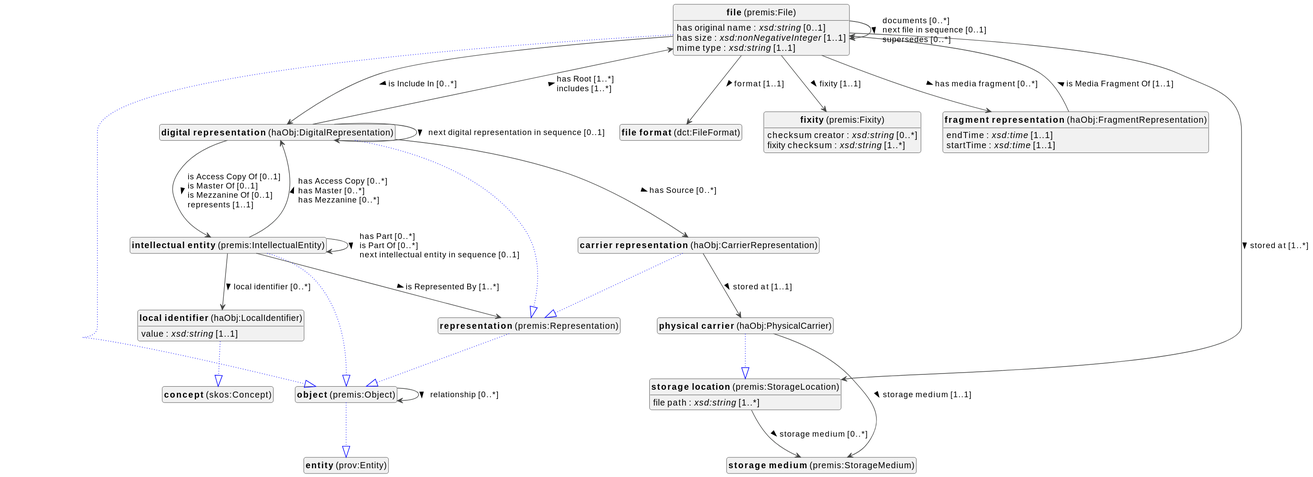
viaacode/documentation-jekyll keeps this PlantUML diagram as docs/metadata/knowledge-graph/0.0.1/objects/en/objects-diagram.svg. Above is the earlier version.
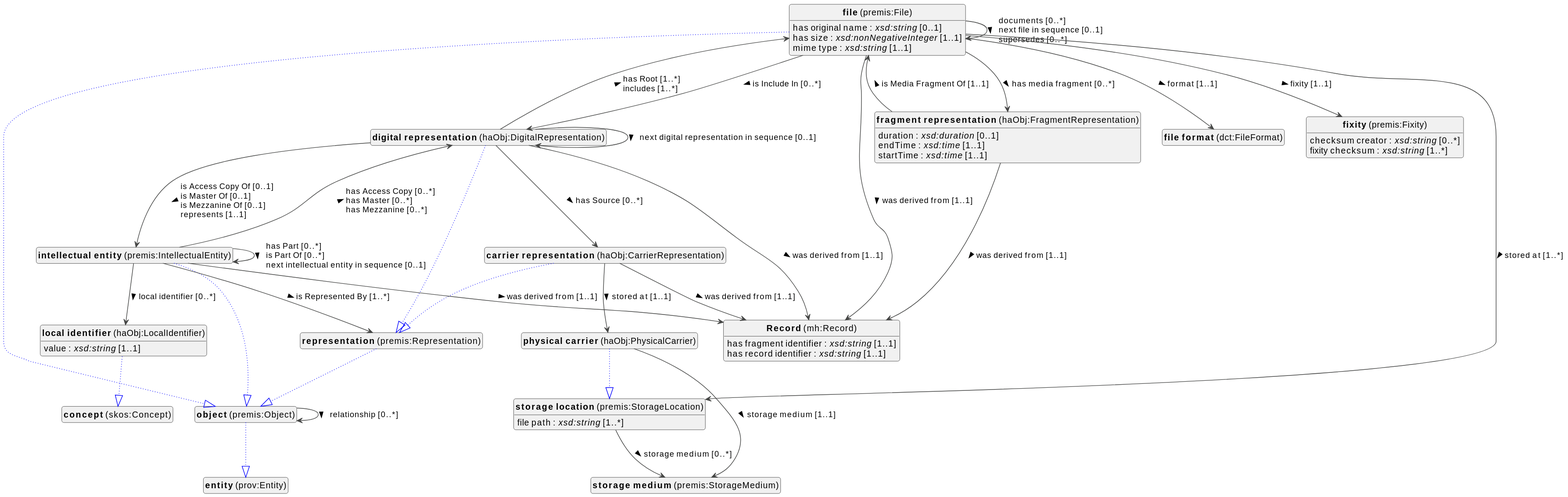
The same diagram one commit later.

What changed in the source:
```diff
@@ -10,6 +10,7 @@
 top to bottom direction
 
 
+class "<b>Record</b> (mh:Record)" as mh_Record [[#mh%3ARecord]]
 class "<b>carrier representation</b> (haObj:CarrierRepresentation)" as haObj_CarrierRepresentation [[#haObj%3ACarrierRepresentation]]
 class "<b>representation</b> (premis:Representation)" as premis_Representation [[#premis%3ARepresentation]]
 class "<b>digital representation</b> (haObj:DigitalRepresentation)" as haObj_DigitalRepresentation [[#haObj%3ADigitalRepresentation]]
@@ -32,14 +33,21 @@
 class "<b>storage location</b> (premis:StorageLocation)" as premis_StorageLocation [[#premis%3AStorageLocation]]
 class "<b>storage medium</b> (premis:StorageMedium)" as premis_StorageMedium [[#premis%3AStorageMedium]]
 
+
+mh_Record : has fragment identifier : <i>xsd:string</i> [1..1]
+mh_Record : has record identifier : <i>xsd:string</i> [1..1]
+
+
 haObj_CarrierRepresentation --|> premis_Representation #blue;line.dotted;text:blue
 
 haObj_CarrierRepresentation --> haObj_PhysicalCarrier :stored at [1..1]  >
+haObj_CarrierRepresentation --> mh_Record :was derived from [1..1]  >
 
 haObj_DigitalRepresentation --|> premis_Representation #blue;line.dotted;text:blue
 
 haObj_DigitalRepresentation --> haObj_CarrierRepresentation :has Source [0..*]  >
 haObj_DigitalRepresentation --> haObj_DigitalRepresentation :next digital representation in sequence [0..1]  >
+haObj_DigitalRepresentation --> mh_Record :was derived from [1..1]  >
 haObj_DigitalRepresentation --> premis_File :has Root [1..*]  \lincludes [1..*]  >
 haObj_DigitalRepresentation --> premis_IntellectualEntity :is Access Copy Of [0..1]  \lis Master Of [0..1]  \lis Mezzanine Of [0..1]  \lrepresents [1..1]  >
 
@@ -51,6 +59,7 @@
 premis_File --> dct_FileFormat :format [1..1]  >
 premis_File --> haObj_DigitalRepresentation :is Include In [0..*]  >
 premis_File --> haObj_FragmentRepresentation :has media fragment [0..*]  >
+premis_File --> mh_Record :was derived from [1..1]  >
 premis_File --> premis_File :documents [0..*]  \lnext file in sequence [0..1]  \lsupersedes [0..*]  >
 premis_File --> premis_Fixity :fixity [1..1]  >
 premis_File --> premis_StorageLocation :stored at [1..*]  >
@@ -65,15 +74,19 @@
 
 
 
+haObj_FragmentRepresentation : duration : <i>xsd:duration</i> [0..1]
 haObj_FragmentRepresentation : endTime : <i>xsd:time</i> [1..1]
 haObj_FragmentRepresentation : startTime : <i>xsd:time</i> [1..1]
+haObj_FragmentRepresentation --> mh_Record :was derived from [1..1]  >
 haObj_FragmentRepresentation --> premis_File :is Media Fragment Of [1..1]  >
+
 
 
 premis_IntellectualEntity --|> premis_Object #blue;line.dotted;text:blue
 
 premis_IntellectualEntity --> haObj_DigitalRepresentation :has Access Copy [0..*]  \lhas Master [0..*]  \lhas Mezzanine [0..*]  >
 premis_IntellectualEntity --> haObj_LocalIdentifier :local identifier [0..*]  >
+premis_IntellectualEntity --> mh_Record :was derived from [1..1]  >
 premis_IntellectualEntity --> premis_IntellectualEntity :has Part [0..*]  \lis Part Of [0..*]  \lnext intellectual entity in sequence [0..1]  >
 premis_IntellectualEntity --> premis_Representation :is Represented By [1..*]  >
 
```
